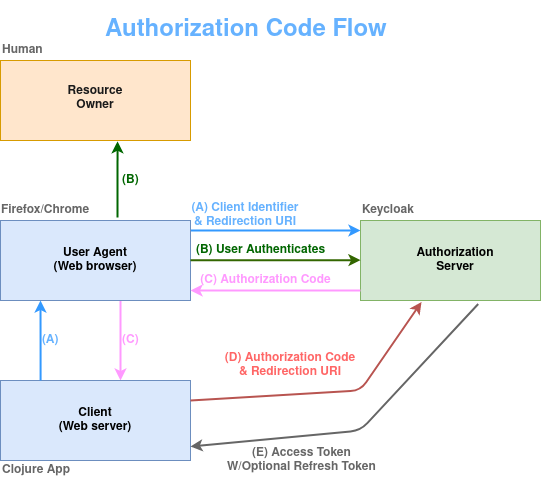
Before: images/authorization_code_flow.png, a diagram exported from draw.io (sguessou/sso-clojure). Source tidied: cells renumbered, new cells last; positions are measured from the earlier drawing's top-left corner, leaving out a move shared by most shapes.
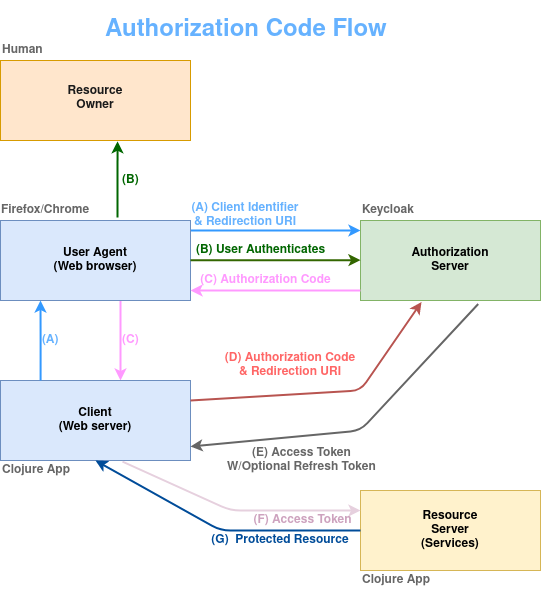
The same diagram one commit later.

The edit, as a diff of the source:
```diff
@@ -42,7 +42,7 @@
       <mxGeometry x="40" y="240" width="110" height="20" as="geometry" />
     </mxCell>
     <mxCell id="11" value="&lt;div&gt;&lt;b&gt;Authorization&lt;/b&gt;&lt;/div&gt;&lt;div&gt;&lt;b&gt;Server&lt;br&gt;&lt;/b&gt;&lt;/div&gt;" style="text;html=1;strokeColor=none;fillColor=none;align=center;verticalAlign=middle;whiteSpace=wrap;rounded=0;" parent="1" vertex="1">
-      <mxGeometry x="420" y="240" width="70" height="20" as="geometry" />
+      <mxGeometry x="415" y="240" width="70" height="20" as="geometry" />
     </mxCell>
     <mxCell id="12" style="edgeStyle=orthogonalEdgeStyle;rounded=0;orthogonalLoop=1;jettySize=auto;html=1;fontColor=#66B2FF;strokeWidth=2;strokeColor=#336600;" parent="1" edge="1">
       <mxGeometry relative="1" as="geometry">
@@ -126,5 +126,34 @@
     <mxCell id="30" value="&lt;h1&gt;Authorization Code Flow&lt;br&gt;&lt;/h1&gt;&lt;p&gt;&lt;br&gt;&lt;/p&gt;" style="text;html=1;strokeColor=none;fillColor=none;spacing=5;spacingTop=-20;whiteSpace=wrap;overflow=hidden;rounded=0;fontColor=#66B2FF;align=left;" parent="1" vertex="1">
       <mxGeometry x="100" width="300" height="70" as="geometry" />
     </mxCell>
+    <mxCell id="31" style="rounded=0;whiteSpace=wrap;html=1;fillColor=#fff2cc;strokeColor=#d6b656;" parent="1" vertex="1">
+      <mxGeometry x="360" y="480" width="180" height="80" as="geometry" />
+    </mxCell>
+    <mxCell id="32" value="&lt;div&gt;&lt;b&gt;Resource&lt;/b&gt;&lt;/div&gt;&lt;div&gt;&lt;b&gt;Server&lt;/b&gt;&lt;/div&gt;&lt;div&gt;&lt;b&gt;(Services)&lt;/b&gt;&lt;br&gt;&lt;/div&gt;" style="text;html=1;strokeColor=none;fillColor=none;align=center;verticalAlign=middle;whiteSpace=wrap;rounded=0;" parent="1" vertex="1">
+      <mxGeometry x="415" y="510" width="70" height="20" as="geometry" />
+    </mxCell>
+    <mxCell id="33" value="&lt;div align=&quot;left&quot;&gt;&lt;font color=&quot;#666666&quot;&gt;&lt;b&gt;Clojure App&lt;/b&gt;&lt;/font&gt;&lt;/div&gt;" style="text;html=1;strokeColor=none;fillColor=none;align=left;verticalAlign=middle;whiteSpace=wrap;rounded=0;fontColor=#66B2FF;" parent="1" vertex="1">
+      <mxGeometry x="360" y="560" width="90" height="20" as="geometry" />
+    </mxCell>
+    <mxCell id="34" style="endArrow=classic;html=1;entryX=0;entryY=0.25;entryDx=0;entryDy=0;exitX=0.642;exitY=1.013;exitDx=0;exitDy=0;exitPerimeter=0;strokeWidth=2;strokeColor=#E6D0DE;" parent="1" edge="1" source="8" target="31">
+      <mxGeometry relative="1" as="geometry">
+        <Array as="points">
+          <mxPoint x="230" y="500" />
+        </Array>
+      </mxGeometry>
+    </mxCell>
+    <mxCell id="35" value="&lt;b&gt;&lt;font color=&quot;#CDA2BE&quot;&gt;(F) Access Token&lt;/font&gt;&lt;/b&gt;" style="text;html=1;strokeColor=none;fillColor=none;align=center;verticalAlign=middle;whiteSpace=wrap;rounded=0;" parent="1" vertex="1">
+      <mxGeometry x="250" y="500" width="105" height="20" as="geometry" />
+    </mxCell>
+    <mxCell id="36" style="endArrow=classic;html=1;strokeWidth=2;strokeColor=#004C99;entryX=0.5;entryY=1;entryDx=0;entryDy=0;" parent="1" edge="1" source="31" target="8">
+      <mxGeometry relative="1" as="geometry">
+        <Array as="points">
+          <mxPoint x="220" y="520" />
+        </Array>
+      </mxGeometry>
+    </mxCell>
+    <mxCell id="37" value="&lt;b&gt;&lt;font color=&quot;#004C99&quot;&gt;(G)&amp;nbsp; Protected Resource&lt;/font&gt;&lt;/b&gt;" style="text;html=1;strokeColor=none;fillColor=none;align=center;verticalAlign=middle;whiteSpace=wrap;rounded=0;" parent="1" vertex="1">
+      <mxGeometry x="210" y="520" width="140" height="20" as="geometry" />
+    </mxCell>
   </root>
 </mxGraphModel>
```
